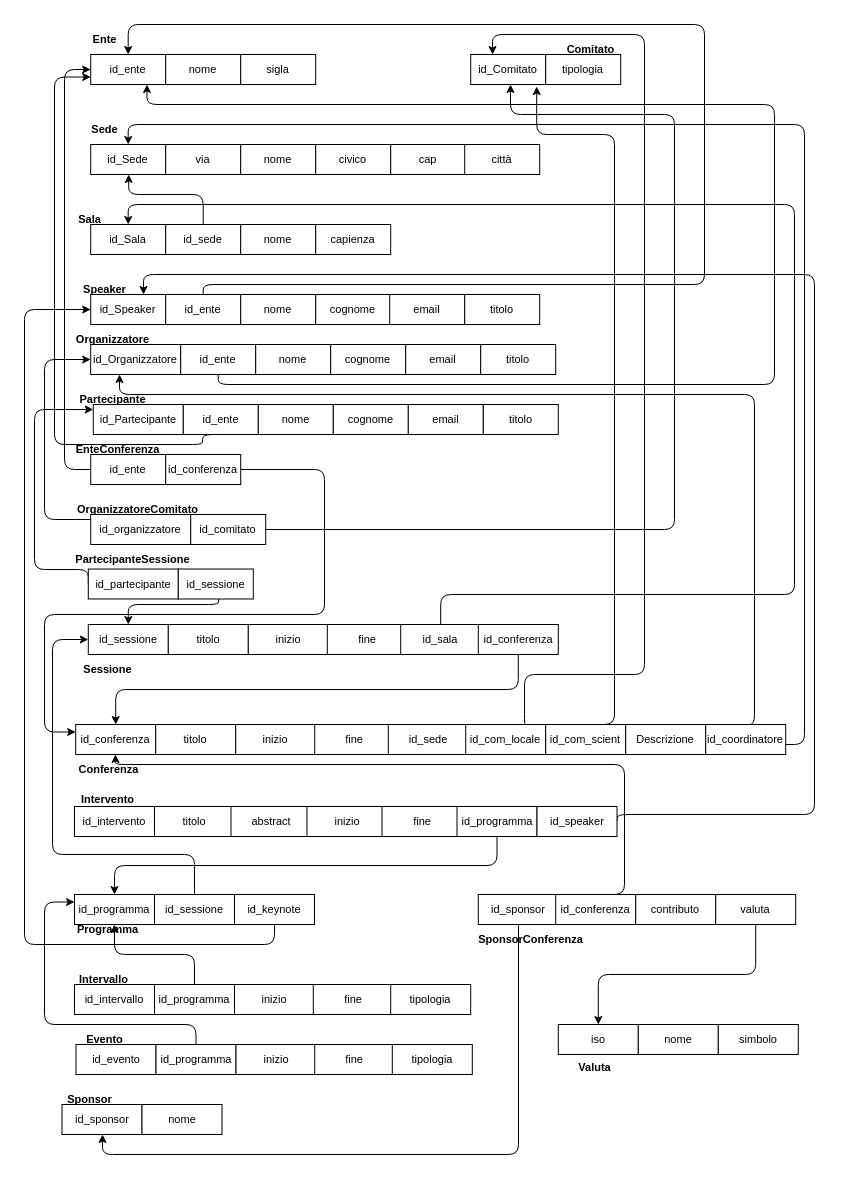
Before: Documentazione/Documentazione_DB/Immagini/Logico.drawio in Antonio-Caporaso/OO-BD-22-23, a draw.io diagram. Source tidied: cells renumbered, new cells numbered last; positions are measured from the earlier drawing's top-left corner, leaving out a move shared by most shapes. Both pictures are drawn from the tidied source at 100%, with x=0, y=0 at pixel (24, 24).
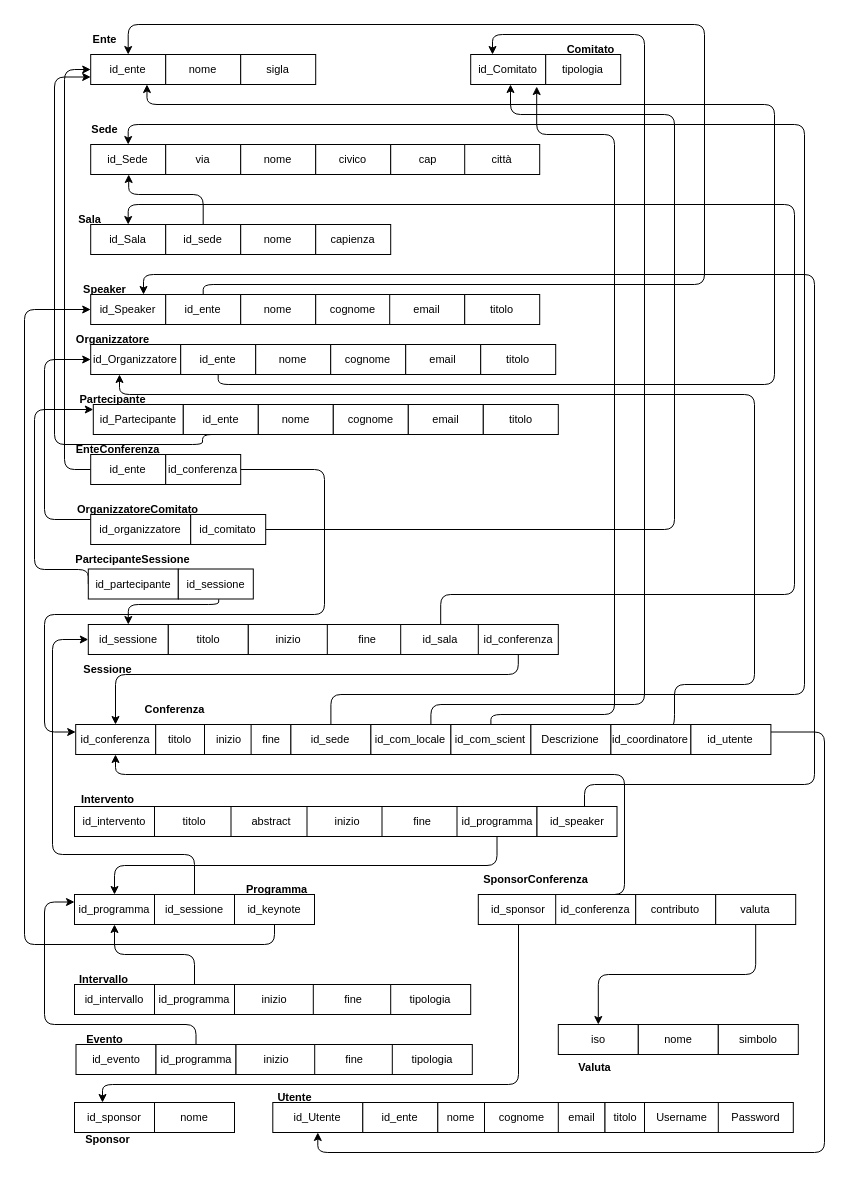
After the change.

The change refers to these unchanged cells:
```xml
<mxCell id="19" value="id_Speaker" style="rounded=0;whiteSpace=wrap;html=1;fontSize=11;shadow=0;" parent="1" vertex="1">
  <mxGeometry x="66.2" y="270" width="75" height="30" as="geometry" />
</mxCell>
<mxCell id="26" value="id_Organizzatore" style="rounded=0;whiteSpace=wrap;html=1;fontSize=11;shadow=0;" parent="1" vertex="1">
  <mxGeometry x="66.2" y="320" width="90" height="30" as="geometry" />
</mxCell>
<mxCell id="50" value="id_conferenza" style="rounded=0;whiteSpace=wrap;html=1;strokeColor=default;fontFamily=Helvetica;fontSize=11;fontColor=default;fillColor=default;shadow=0;" parent="1" vertex="1">
  <mxGeometry x="453.8" y="600" width="80" height="30" as="geometry" />
</mxCell>
<mxCell id="51" value="id_Sede" style="rounded=0;whiteSpace=wrap;html=1;fontSize=11;shadow=0;" parent="1" vertex="1">
  <mxGeometry x="66.2" y="120" width="75" height="30" as="geometry" />
</mxCell>
<mxCell id="66" value="id_Comitato" style="rounded=0;whiteSpace=wrap;html=1;fontSize=11;shadow=0;" parent="1" vertex="1">
  <mxGeometry x="446.2" y="30" width="75" height="30" as="geometry" />
</mxCell>
<mxCell id="69" value="id_conferenza" style="rounded=0;whiteSpace=wrap;html=1;strokeColor=default;fontFamily=Helvetica;fontSize=11;fontColor=default;fillColor=default;shadow=0;" parent="1" vertex="1">
  <mxGeometry x="51.2" y="700" width="80" height="30" as="geometry" />
</mxCell>
<mxCell id="90" value="id_speaker" style="rounded=0;whiteSpace=wrap;html=1;strokeColor=default;fontFamily=Helvetica;fontSize=11;fontColor=default;fillColor=default;shadow=0;" parent="1" vertex="1">
  <mxGeometry x="512.5" y="782" width="80" height="30" as="geometry" />
</mxCell>
<mxCell id="115" value="id_sponsor" style="rounded=0;whiteSpace=wrap;html=1;strokeColor=default;fontFamily=Helvetica;fontSize=11;fontColor=default;fillColor=default;shadow=0;" parent="1" vertex="1">
  <mxGeometry x="453.8" y="870" width="80" height="30" as="geometry" />
</mxCell>
<mxCell id="117" value="id_conferenza" style="rounded=0;whiteSpace=wrap;html=1;strokeColor=default;fontFamily=Helvetica;fontSize=11;fontColor=default;fillColor=default;shadow=0;" parent="1" vertex="1">
  <mxGeometry x="531.2" y="870" width="80" height="30" as="geometry" />
</mxCell>
```

What changed in the source:
```diff
@@
     <mxCell id="49" style="edgeStyle=orthogonalEdgeStyle;rounded=1;jettySize=auto;html=1;exitX=0.5;exitY=1;exitDx=0;exitDy=0;fontFamily=Helvetica;fontSize=11;fontColor=default;shadow=0;" parent="1" edge="1" source="50" target="69">
-      <mxGeometry relative="1" as="geometry" />
+      <mxGeometry relative="1" as="geometry">
+        <Array as="points">
+          <mxPoint x="494" y="650" />
+          <mxPoint x="91" y="650" />
+        </Array>
+      </mxGeometry>
     </mxCell>
@@
     <mxCell id="70" value="titolo" style="rounded=0;whiteSpace=wrap;html=1;strokeColor=default;fontFamily=Helvetica;fontSize=11;fontColor=default;fillColor=default;shadow=0;" parent="1" vertex="1">
-      <mxGeometry x="131.2" y="700" width="80" height="30" as="geometry" />
+      <mxGeometry x="131.2" y="700" width="48.8" height="30" as="geometry" />
     </mxCell>
     <mxCell id="71" value="inizio" style="rounded=0;whiteSpace=wrap;html=1;strokeColor=default;fontFamily=Helvetica;fontSize=11;fontColor=default;fillColor=default;shadow=0;" parent="1" vertex="1">
-      <mxGeometry x="211.2" y="700" width="80" height="30" as="geometry" />
+      <mxGeometry x="180" y="700" width="48.8" height="30" as="geometry" />
     </mxCell>
     <mxCell id="72" value="fine" style="rounded=0;whiteSpace=wrap;html=1;strokeColor=default;fontFamily=Helvetica;fontSize=11;fontColor=default;fillColor=default;shadow=0;" parent="1" vertex="1">
-      <mxGeometry x="290.2" y="700" width="80" height="30" as="geometry" />
+      <mxGeometry x="226.6" y="700" width="39.8" height="30" as="geometry" />
     </mxCell>
     <mxCell id="73" style="edgeStyle=orthogonalEdgeStyle;jettySize=auto;html=1;exitX=0.5;exitY=1;exitDx=0;exitDy=0;entryX=0.5;entryY=0;entryDx=0;entryDy=0;fontFamily=Helvetica;fontSize=11;fontColor=default;shadow=0;rounded=1;" parent="1" edge="1" source="74" target="51">
       <mxGeometry relative="1" as="geometry">
         <Array as="points">
-          <mxPoint x="404" y="720" />
-          <mxPoint x="780" y="720" />
+          <mxPoint x="306" y="670" />
+          <mxPoint x="780" y="670" />
           <mxPoint x="780" y="100" />
           <mxPoint x="104" y="100" />
         </Array>
       </mxGeometry>
     </mxCell>
     <mxCell id="74" value="id_sede" style="rounded=0;whiteSpace=wrap;html=1;strokeColor=default;fontFamily=Helvetica;fontSize=11;fontColor=default;fillColor=default;shadow=0;" parent="1" vertex="1">
-      <mxGeometry x="363.8" y="700" width="80" height="30" as="geometry" />
+      <mxGeometry x="266.4" y="700" width="80" height="30" as="geometry" />
     </mxCell>
     <mxCell id="75" style="edgeStyle=orthogonalEdgeStyle;rounded=1;jettySize=auto;html=1;exitX=0.75;exitY=0;exitDx=0;exitDy=0;fontFamily=Helvetica;fontSize=11;fontColor=default;shadow=0;" parent="1" edge="1" source="76" target="66">
       <mxGeometry relative="1" as="geometry">
         <Array as="points">
-          <mxPoint x="500" y="650" />
-          <mxPoint x="620" y="650" />
+          <mxPoint x="406" y="680" />
+          <mxPoint x="620" y="680" />
           <mxPoint x="620" y="10" />
           <mxPoint x="468" y="10" />
         </Array>
       </mxGeometry>
     </mxCell>
     <mxCell id="76" value="id_com_locale" style="rounded=0;whiteSpace=wrap;html=1;strokeColor=default;fontFamily=Helvetica;fontSize=11;fontColor=default;fillColor=default;shadow=0;" parent="1" vertex="1">
-      <mxGeometry x="441.2" y="700" width="80" height="30" as="geometry" />
+      <mxGeometry x="346.4" y="700" width="80" height="30" as="geometry" />
     </mxCell>
     <mxCell id="77" style="edgeStyle=orthogonalEdgeStyle;rounded=1;jettySize=auto;html=1;exitX=0.5;exitY=0;exitDx=0;exitDy=0;entryX=0.88;entryY=1.067;entryDx=0;entryDy=0;entryPerimeter=0;fontFamily=Helvetica;fontSize=11;fontColor=default;shadow=0;" parent="1" edge="1" source="78" target="66">
       <mxGeometry relative="1" as="geometry">
         <Array as="points">
-          <mxPoint x="590" y="700" />
+          <mxPoint x="466" y="690" />
+          <mxPoint x="590" y="690" />
           <mxPoint x="590" y="110" />
           <mxPoint x="512" y="110" />
         </Array>
       </mxGeometry>
     </mxCell>
     <mxCell id="78" value="id_com_scient" style="rounded=0;whiteSpace=wrap;html=1;strokeColor=default;fontFamily=Helvetica;fontSize=11;fontColor=default;fillColor=default;shadow=0;" parent="1" vertex="1">
-      <mxGeometry x="521.2" y="700" width="80" height="30" as="geometry" />
+      <mxGeometry x="426.4" y="700" width="80" height="30" as="geometry" />
     </mxCell>
     <mxCell id="79" value="Descrizione" style="rounded=0;whiteSpace=wrap;html=1;strokeColor=default;fontFamily=Helvetica;fontSize=11;fontColor=default;fillColor=default;shadow=0;" parent="1" vertex="1">
-      <mxGeometry x="601.2" y="700" width="80" height="30" as="geometry" />
+      <mxGeometry x="506.4" y="700" width="80" height="30" as="geometry" />
     </mxCell>
     <mxCell id="80" value="Conferenza" style="text;html=1;align=center;verticalAlign=middle;strokeColor=none;fillColor=none;fontSize=11;fontFamily=Helvetica;fontColor=default;fontStyle=1;shadow=0;" parent="1" vertex="1">
-      <mxGeometry x="43.8" y="730" width="80" height="30" as="geometry" />
+      <mxGeometry x="110.2" y="670" width="80" height="30" as="geometry" />
     </mxCell>
@@
     <mxCell id="89" style="edgeStyle=orthogonalEdgeStyle;jettySize=auto;html=1;exitX=1;exitY=0.5;exitDx=0;exitDy=0;fontFamily=Helvetica;fontSize=11;fontColor=default;shadow=0;rounded=1;" parent="1" edge="1" source="90" target="19">
       <mxGeometry relative="1" as="geometry">
         <Array as="points">
-          <mxPoint x="593" y="790" />
-          <mxPoint x="790" y="790" />
+          <mxPoint x="560" y="797" />
+          <mxPoint x="560" y="760" />
+          <mxPoint x="790" y="760" />
           <mxPoint x="790" y="250" />
           <mxPoint x="119" y="250" />
         </Array>
       </mxGeometry>
     </mxCell>
@@
-    <mxCell id="92" style="edgeStyle=orthogonalEdgeStyle;rounded=1;jettySize=auto;html=1;exitX=0.5;exitY=0;exitDx=0;exitDy=0;fontFamily=Helvetica;fontSize=11;fontColor=default;shadow=0;" parent="1" edge="1" source="93" target="26">
+    <mxCell id="92" style="edgeStyle=orthogonalEdgeStyle;rounded=1;jettySize=auto;html=1;exitX=0.75;exitY=0;exitDx=0;exitDy=0;fontFamily=Helvetica;fontSize=11;fontColor=default;shadow=0;" parent="1" edge="1" source="93" target="26">
       <mxGeometry relative="1" as="geometry">
         <Array as="points">
-          <mxPoint x="730" y="700" />
+          <mxPoint x="650" y="700" />
+          <mxPoint x="650" y="660" />
+          <mxPoint x="730" y="660" />
           <mxPoint x="730" y="370" />
           <mxPoint x="95" y="370" />
         </Array>
       </mxGeometry>
     </mxCell>
     <mxCell id="93" value="id_coordinatore" style="rounded=0;whiteSpace=wrap;html=1;strokeColor=default;fontFamily=Helvetica;fontSize=11;fontColor=default;fillColor=default;shadow=0;" parent="1" vertex="1">
-      <mxGeometry x="681.2" y="700" width="80" height="30" as="geometry" />
+      <mxGeometry x="586.4" y="700" width="80" height="30" as="geometry" />
     </mxCell>
@@
     <mxCell id="99" value="Programma" style="text;html=1;align=center;verticalAlign=middle;strokeColor=none;fillColor=none;fontSize=11;fontFamily=Helvetica;fontColor=default;fontStyle=1;shadow=0;" parent="1" vertex="1">
-      <mxGeometry x="42.5" y="890" width="80" height="30" as="geometry" />
+      <mxGeometry x="211.5" y="850" width="80" height="30" as="geometry" />
     </mxCell>
@@
     <mxCell id="114" style="edgeStyle=orthogonalEdgeStyle;rounded=1;jettySize=auto;html=1;exitX=0;exitY=0.5;exitDx=0;exitDy=0;fontFamily=Helvetica;fontSize=11;fontColor=default;shadow=0;" parent="1" edge="1" source="115" target="121">
       <mxGeometry relative="1" as="geometry">
         <Array as="points">
           <mxPoint x="494" y="885" />
-          <mxPoint x="494" y="1130" />
-          <mxPoint x="78" y="1130" />
+          <mxPoint x="494" y="1060" />
+          <mxPoint x="78" y="1060" />
         </Array>
       </mxGeometry>
     </mxCell>
@@
     <mxCell id="116" style="edgeStyle=orthogonalEdgeStyle;rounded=1;jettySize=auto;html=1;exitX=0.5;exitY=0;exitDx=0;exitDy=0;fontFamily=Helvetica;fontSize=11;fontColor=default;shadow=0;" parent="1" edge="1" source="117" target="69">
       <mxGeometry relative="1" as="geometry">
         <Array as="points">
           <mxPoint x="600" y="870" />
-          <mxPoint x="600" y="740" />
-          <mxPoint x="91" y="740" />
+          <mxPoint x="600" y="750" />
+          <mxPoint x="91" y="750" />
         </Array>
       </mxGeometry>
     </mxCell>
@@
     <mxCell id="121" value="id_sponsor" style="rounded=0;whiteSpace=wrap;html=1;strokeColor=default;fontFamily=Helvetica;fontSize=11;fontColor=default;fillColor=default;shadow=0;" parent="1" vertex="1">
-      <mxGeometry x="37.5" y="1080" width="80" height="30" as="geometry" />
+      <mxGeometry x="50" y="1078" width="80" height="30" as="geometry" />
     </mxCell>
     <mxCell id="122" value="nome" style="rounded=0;whiteSpace=wrap;html=1;strokeColor=default;fontFamily=Helvetica;fontSize=11;fontColor=default;fillColor=default;shadow=0;" parent="1" vertex="1">
-      <mxGeometry x="117.5" y="1080" width="80" height="30" as="geometry" />
+      <mxGeometry x="130" y="1078" width="80" height="30" as="geometry" />
     </mxCell>
     <mxCell id="123" value="SponsorConferenza" style="text;html=1;align=center;verticalAlign=middle;strokeColor=none;fillColor=none;fontSize=11;fontFamily=Helvetica;fontColor=default;fontStyle=1;shadow=0;" parent="1" vertex="1">
-      <mxGeometry x="441.2" y="900" width="130" height="30" as="geometry" />
+      <mxGeometry x="446.2" y="840" width="130" height="30" as="geometry" />
     </mxCell>
     <mxCell id="124" value="Sponsor" style="text;html=1;align=center;verticalAlign=middle;strokeColor=none;fillColor=none;fontSize=11;fontFamily=Helvetica;fontColor=default;fontStyle=1;shadow=0;" parent="1" vertex="1">
-      <mxGeometry x="30" y="1060" width="70" height="30" as="geometry" />
+      <mxGeometry x="47.5" y="1100" width="70" height="30" as="geometry" />
     </mxCell>
@@
+    <mxCell id="129" value="id_Utente" style="rounded=0;whiteSpace=wrap;html=1;fontSize=11;shadow=0;" parent="1" vertex="1">
+      <mxGeometry x="248.3" y="1078" width="90" height="30" as="geometry" />
+    </mxCell>
+    <mxCell id="130" value="id_ente" style="rounded=0;whiteSpace=wrap;html=1;fontSize=11;shadow=0;" parent="1" vertex="1">
+      <mxGeometry x="338.3" y="1078" width="75" height="30" as="geometry" />
+    </mxCell>
+    <mxCell id="131" value="nome" style="rounded=0;whiteSpace=wrap;html=1;fontSize=11;shadow=0;" parent="1" vertex="1">
+      <mxGeometry x="413.3" y="1078" width="46.7" height="30" as="geometry" />
+    </mxCell>
+    <mxCell id="132" value="cognome" style="rounded=0;whiteSpace=wrap;html=1;fontSize=11;shadow=0;" parent="1" vertex="1">
+      <mxGeometry x="460" y="1078" width="75" height="30" as="geometry" />
+    </mxCell>
+    <mxCell id="133" value="email" style="rounded=0;whiteSpace=wrap;html=1;fontSize=11;shadow=0;" parent="1" vertex="1">
+      <mxGeometry x="533.8" y="1078" width="46.7" height="30" as="geometry" />
+    </mxCell>
+    <mxCell id="134" value="titolo" style="rounded=0;whiteSpace=wrap;html=1;fontSize=11;shadow=0;" parent="1" vertex="1">
+      <mxGeometry x="580.5" y="1078" width="40" height="30" as="geometry" />
+    </mxCell>
+    <mxCell id="135" value="Utente" style="text;html=1;align=center;verticalAlign=middle;strokeColor=none;fillColor=none;fontSize=11;fontFamily=Helvetica;fontColor=default;fontStyle=1;shadow=0;" parent="1" vertex="1">
+      <mxGeometry x="239.5" y="1058" width="60" height="30" as="geometry" />
+    </mxCell>
+    <mxCell id="136" value="Username" style="rounded=0;whiteSpace=wrap;html=1;fontSize=11;shadow=0;" parent="1" vertex="1">
+      <mxGeometry x="620" y="1078" width="75" height="30" as="geometry" />
+    </mxCell>
+    <mxCell id="137" value="Password" style="rounded=0;whiteSpace=wrap;html=1;fontSize=11;shadow=0;" parent="1" vertex="1">
+      <mxGeometry x="693.8" y="1078" width="75" height="30" as="geometry" />
+    </mxCell>
+    <mxCell id="138" style="edgeStyle=orthogonalEdgeStyle;rounded=1;jettySize=auto;html=1;exitX=1;exitY=0.25;exitDx=0;exitDy=0;entryX=0.5;entryY=1;entryDx=0;entryDy=0;endArrow=classic;endFill=1;" parent="1" edge="1" source="139" target="129">
+      <mxGeometry relative="1" as="geometry">
+        <Array as="points">
+          <mxPoint x="800" y="708" />
+          <mxPoint x="800" y="1128" />
+          <mxPoint x="293" y="1128" />
+        </Array>
+      </mxGeometry>
+    </mxCell>
+    <mxCell id="139" value="id_utente" style="rounded=0;whiteSpace=wrap;html=1;strokeColor=default;fontFamily=Helvetica;fontSize=11;fontColor=default;fillColor=default;shadow=0;" parent="1" vertex="1">
+      <mxGeometry x="666.4" y="700" width="80" height="30" as="geometry" />
+    </mxCell>
```
